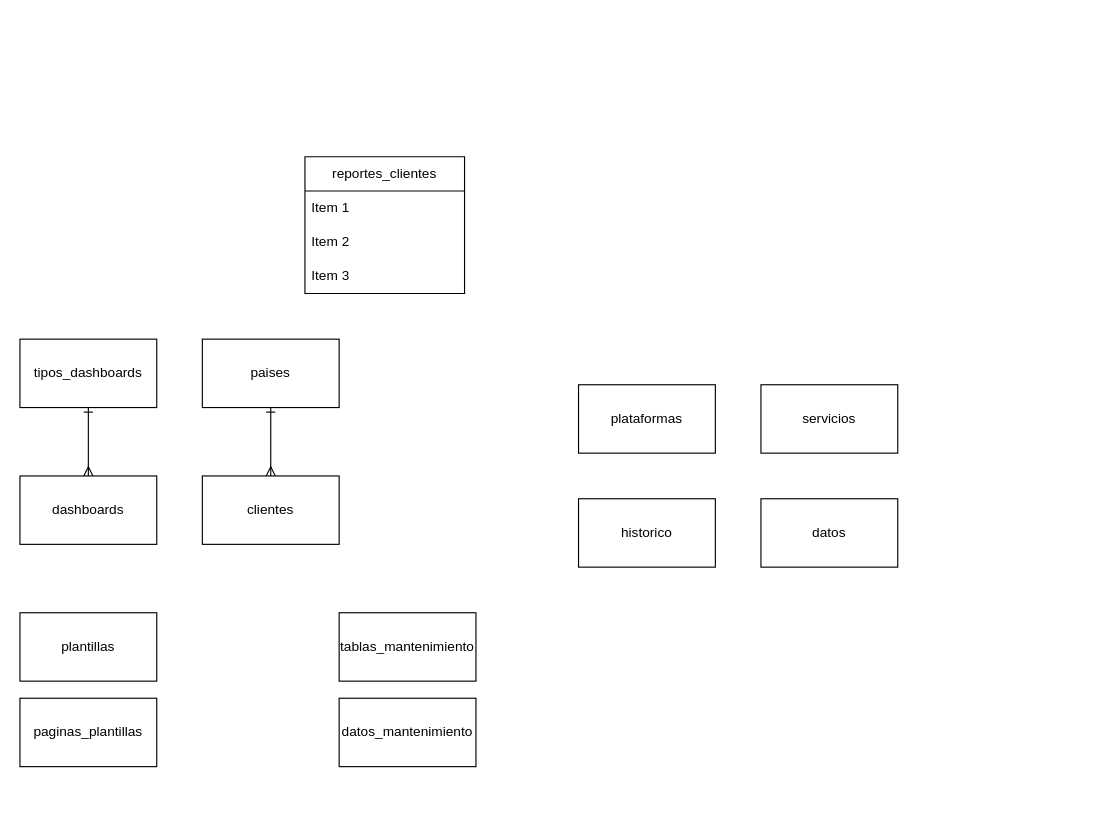
The draw.io diagram Diagrama sin título.drawio in Ever-417/diagramas, before the edit. Source tidied: cells renumbered, new cells numbered last; positions are measured from the earlier drawing's top-left corner, leaving out a move shared by most shapes. Both pictures are drawn from the tidied source at 114%, with x=0, y=0 at pixel (19, 156).
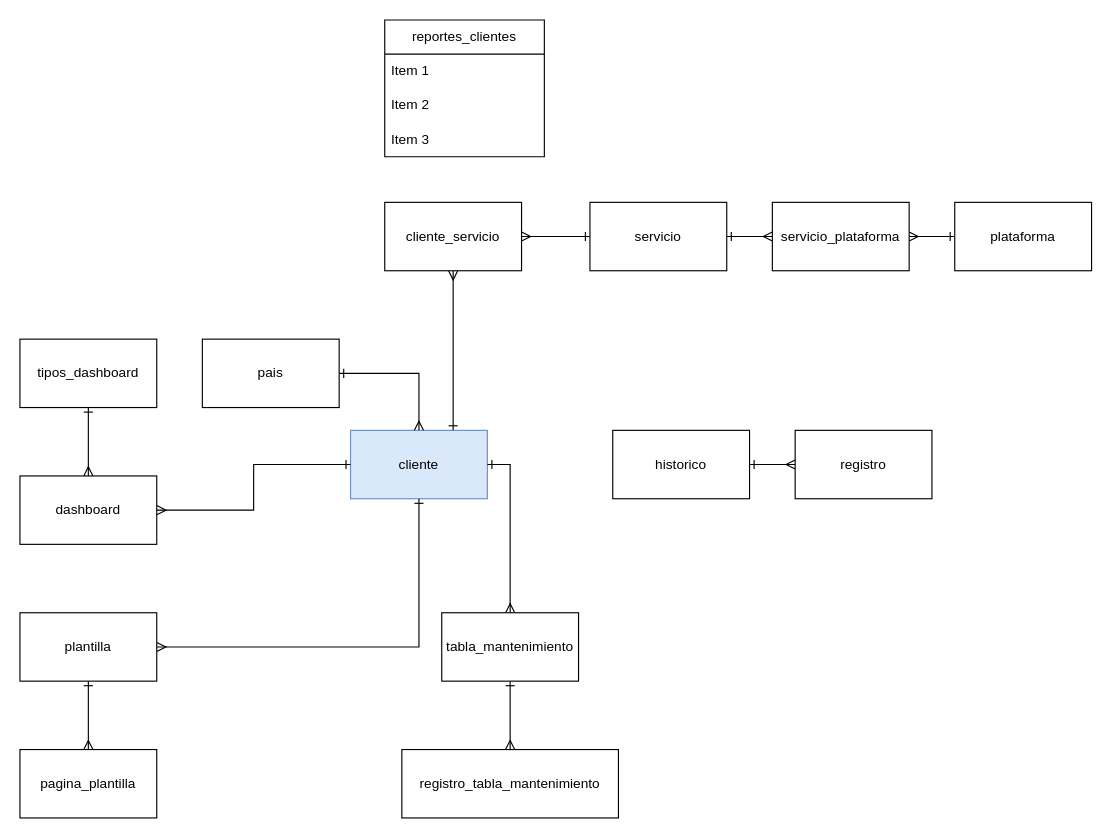
The same page after the edit.

What changed in the source:
```diff
@@
     <mxCell id="2" value="reportes_clientes" style="swimlane;fontStyle=0;horizontal=1;startSize=30;whiteSpace=wrap;html=1;" parent="1" vertex="1">
-      <mxGeometry x="250" width="140" height="120" as="geometry" />
+      <mxGeometry x="320" y="-120" width="140" height="120" as="geometry" />
     </mxCell>
@@
-    <mxCell id="6" value="clientes" style="rounded=0;whiteSpace=wrap;html=1;" parent="1" vertex="1">
-      <mxGeometry x="160" y="280" width="120" height="60" as="geometry" />
+    <mxCell id="6" value="cliente" style="rounded=0;whiteSpace=wrap;html=1;fillColor=#dae8fc;strokeColor=#6c8ebf;" parent="1" vertex="1">
+      <mxGeometry x="290" y="240" width="120" height="60" as="geometry" />
     </mxCell>
@@
-    <mxCell id="8" value="paises" style="rounded=0;whiteSpace=wrap;html=1;" parent="1" vertex="1">
+    <mxCell id="8" value="pais" style="rounded=0;whiteSpace=wrap;html=1;" parent="1" vertex="1">
       <mxGeometry x="160" y="160" width="120" height="60" as="geometry" />
     </mxCell>
-    <mxCell id="9" value="datos" style="rounded=0;whiteSpace=wrap;html=1;" parent="1" vertex="1">
-      <mxGeometry x="650" y="300" width="120" height="60" as="geometry" />
+    <mxCell id="9" value="registro" style="rounded=0;whiteSpace=wrap;html=1;" parent="1" vertex="1">
+      <mxGeometry x="680" y="240" width="120" height="60" as="geometry" />
     </mxCell>
+    <mxCell id="20" style="edgeStyle=orthogonalEdgeStyle;rounded=0;jettySize=auto;html=1;endArrow=ERmany;endFill=0;startArrow=ERone;startFill=0;" parent="1" edge="1" source="10" target="9">
+      <mxGeometry relative="1" as="geometry" />
+    </mxCell>
     <mxCell id="10" value="historico" style="rounded=0;whiteSpace=wrap;html=1;" parent="1" vertex="1">
-      <mxGeometry x="490" y="300" width="120" height="60" as="geometry" />
+      <mxGeometry x="520" y="240" width="120" height="60" as="geometry" />
     </mxCell>
-    <mxCell id="11" value="plataformas" style="rounded=0;whiteSpace=wrap;html=1;" parent="1" vertex="1">
-      <mxGeometry x="490" y="200" width="120" height="60" as="geometry" />
+    <mxCell id="11" value="plataforma" style="rounded=0;whiteSpace=wrap;html=1;" parent="1" vertex="1">
+      <mxGeometry x="820" y="40" width="120" height="60" as="geometry" />
     </mxCell>
+    <mxCell id="21" style="edgeStyle=orthogonalEdgeStyle;rounded=0;jettySize=auto;html=1;entryX=0;entryY=0.5;entryDx=0;entryDy=0;endArrow=ERmany;endFill=0;startArrow=ERone;startFill=0;" parent="1" edge="1" source="12" target="28">
+      <mxGeometry relative="1" as="geometry" />
+    </mxCell>
-    <mxCell id="12" value="servicios" style="rounded=0;whiteSpace=wrap;html=1;" parent="1" vertex="1">
-      <mxGeometry x="650" y="200" width="120" height="60" as="geometry" />
+    <mxCell id="12" value="servicio" style="rounded=0;whiteSpace=wrap;html=1;" parent="1" vertex="1">
+      <mxGeometry x="500" y="40" width="120" height="60" as="geometry" />
     </mxCell>
+    <mxCell id="22" style="edgeStyle=orthogonalEdgeStyle;rounded=0;jettySize=auto;html=1;endArrow=ERone;endFill=0;startArrow=ERmany;startFill=0;" parent="1" edge="1" source="13" target="6">
+      <mxGeometry relative="1" as="geometry" />
+    </mxCell>
-    <mxCell id="13" value="dashboards" style="rounded=0;whiteSpace=wrap;html=1;" parent="1" vertex="1">
+    <mxCell id="13" value="dashboard" style="rounded=0;whiteSpace=wrap;html=1;" parent="1" vertex="1">
       <mxGeometry y="280" width="120" height="60" as="geometry" />
     </mxCell>
+    <mxCell id="23" style="edgeStyle=orthogonalEdgeStyle;rounded=0;jettySize=auto;html=1;endArrow=ERmany;endFill=0;startArrow=ERone;startFill=0;" parent="1" edge="1" source="14" target="15">
+      <mxGeometry relative="1" as="geometry" />
+    </mxCell>
+    <mxCell id="24" style="edgeStyle=orthogonalEdgeStyle;rounded=0;jettySize=auto;html=1;entryX=0.5;entryY=1;entryDx=0;entryDy=0;endArrow=ERone;endFill=0;startArrow=ERmany;startFill=0;" parent="1" edge="1" source="14" target="6">
+      <mxGeometry relative="1" as="geometry" />
+    </mxCell>
-    <mxCell id="14" value="plantillas" style="rounded=0;whiteSpace=wrap;html=1;" parent="1" vertex="1">
+    <mxCell id="14" value="plantilla" style="rounded=0;whiteSpace=wrap;html=1;" parent="1" vertex="1">
       <mxGeometry y="400" width="120" height="60" as="geometry" />
     </mxCell>
-    <mxCell id="15" value="paginas_plantillas" style="rounded=0;whiteSpace=wrap;html=1;" parent="1" vertex="1">
-      <mxGeometry y="475" width="120" height="60" as="geometry" />
+    <mxCell id="15" value="pagina_plantilla" style="rounded=0;whiteSpace=wrap;html=1;" parent="1" vertex="1">
+      <mxGeometry y="520" width="120" height="60" as="geometry" />
     </mxCell>
+    <mxCell id="25" style="edgeStyle=orthogonalEdgeStyle;rounded=0;jettySize=auto;html=1;endArrow=ERmany;endFill=0;startArrow=ERone;startFill=0;" parent="1" edge="1" source="16" target="17">
+      <mxGeometry relative="1" as="geometry" />
+    </mxCell>
+    <mxCell id="26" style="edgeStyle=orthogonalEdgeStyle;rounded=0;jettySize=auto;html=1;entryX=1;entryY=0.5;entryDx=0;entryDy=0;endArrow=ERone;endFill=0;startArrow=ERmany;startFill=0;" parent="1" edge="1" source="16" target="6">
+      <mxGeometry relative="1" as="geometry" />
+    </mxCell>
-    <mxCell id="16" value="tablas_mantenimiento" style="rounded=0;whiteSpace=wrap;html=1;" parent="1" vertex="1">
-      <mxGeometry x="280" y="400" width="120" height="60" as="geometry" />
+    <mxCell id="16" value="tabla_mantenimiento" style="rounded=0;whiteSpace=wrap;html=1;" parent="1" vertex="1">
+      <mxGeometry x="370" y="400" width="120" height="60" as="geometry" />
     </mxCell>
-    <mxCell id="17" value="datos_mantenimiento" style="rounded=0;whiteSpace=wrap;html=1;" parent="1" vertex="1">
-      <mxGeometry x="280" y="475" width="120" height="60" as="geometry" />
+    <mxCell id="17" value="registro_tabla_mantenimiento" style="rounded=0;whiteSpace=wrap;html=1;" parent="1" vertex="1">
+      <mxGeometry x="335" y="520" width="190" height="60" as="geometry" />
     </mxCell>
@@
-    <mxCell id="19" value="tipos_dashboards" style="rounded=0;whiteSpace=wrap;html=1;" parent="1" vertex="1">
+    <mxCell id="19" value="tipos_dashboard" style="rounded=0;whiteSpace=wrap;html=1;" parent="1" vertex="1">
       <mxGeometry y="160" width="120" height="60" as="geometry" />
     </mxCell>
+    <mxCell id="27" style="edgeStyle=orthogonalEdgeStyle;rounded=0;jettySize=auto;html=1;entryX=0;entryY=0.5;entryDx=0;entryDy=0;startArrow=ERmany;startFill=0;endArrow=ERone;endFill=0;" parent="1" edge="1" source="28" target="11">
+      <mxGeometry relative="1" as="geometry" />
+    </mxCell>
+    <mxCell id="28" value="servicio_plataforma" style="rounded=0;whiteSpace=wrap;html=1;" parent="1" vertex="1">
+      <mxGeometry x="660" y="40" width="120" height="60" as="geometry" />
+    </mxCell>
+    <mxCell id="29" style="edgeStyle=orthogonalEdgeStyle;rounded=0;jettySize=auto;html=1;entryX=0;entryY=0.5;entryDx=0;entryDy=0;startArrow=ERmany;startFill=0;endArrow=ERone;endFill=0;" parent="1" edge="1" source="31" target="12">
+      <mxGeometry relative="1" as="geometry" />
+    </mxCell>
+    <mxCell id="30" style="edgeStyle=orthogonalEdgeStyle;rounded=0;jettySize=auto;html=1;entryX=0.75;entryY=0;entryDx=0;entryDy=0;endArrow=ERone;endFill=0;startArrow=ERmany;startFill=0;" parent="1" edge="1" source="31" target="6">
+      <mxGeometry relative="1" as="geometry" />
+    </mxCell>
+    <mxCell id="31" value="cliente_servicio" style="rounded=0;whiteSpace=wrap;html=1;" parent="1" vertex="1">
+      <mxGeometry x="320" y="40" width="120" height="60" as="geometry" />
+    </mxCell>
```
